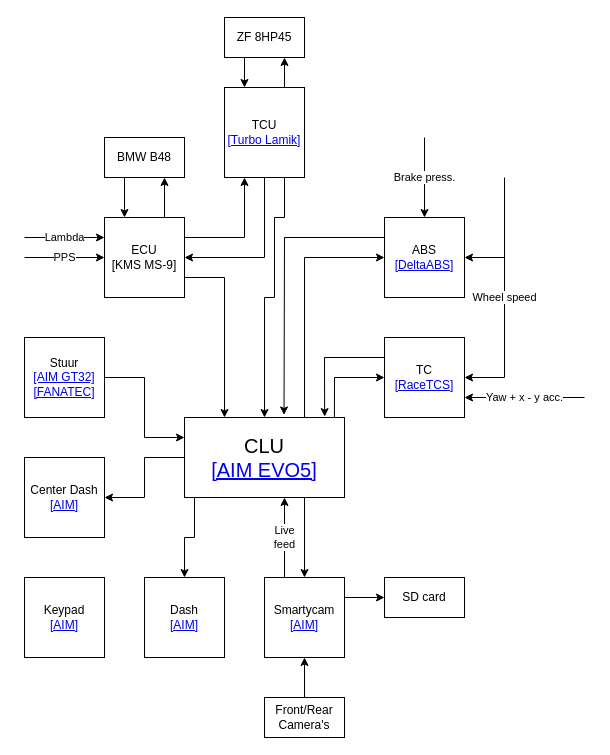
The draw.io diagram Docs/SystemsDiagram.drawio in FCVEER/SuperMX-5, before the edit. Source tidied: cells renumbered, new cells numbered last; positions are measured from the earlier drawing's top-left corner, leaving out a move shared by most shapes. Both pictures are drawn from the tidied source at 100%, with x=0, y=0 at pixel (24, 17).
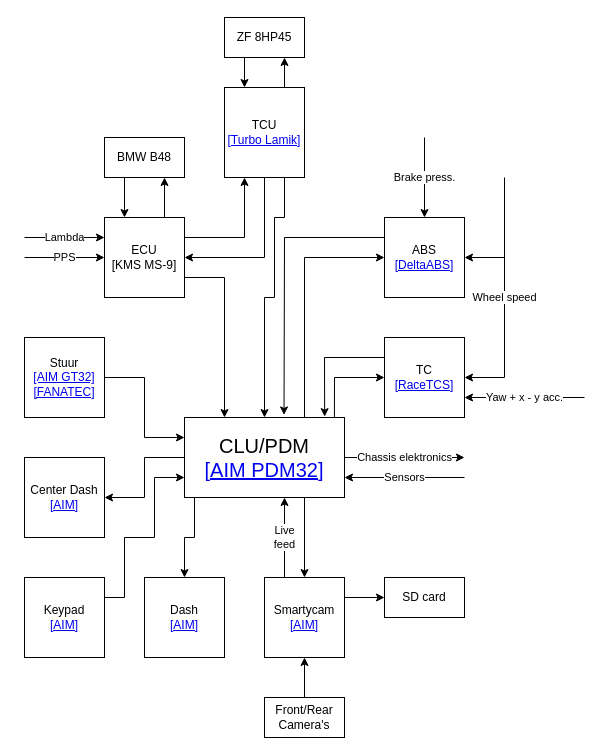
Above is the later version.

Unchanged cells that the change refers to:
```xml
<mxCell id="36" value="Keypad&lt;div&gt;&lt;a href=&quot;https://shop.albi-engineering.nl/product/aim-keypads-voor-pdm/&quot;&gt;[AIM]&lt;/a&gt;&lt;/div&gt;" style="rounded=0;whiteSpace=wrap;html=1;" parent="1" vertex="1">
  <mxGeometry y="560" width="80" height="80" as="geometry" />
</mxCell>
```

What changed in the source:
```diff
@@
-    <mxCell id="4" value="&lt;font style=&quot;font-size: 20px;&quot;&gt;CLU&lt;/font&gt;&lt;div&gt;&lt;span style=&quot;font-size: 20px;&quot;&gt;&lt;a href=&quot;https://shop.albi-engineering.nl/product/evo5-datalogger/&quot;&gt;[AIM EVO5]&lt;/a&gt;&lt;/span&gt;&lt;/div&gt;" style="rounded=0;whiteSpace=wrap;html=1;" parent="1" vertex="1">
+    <mxCell id="4" value="&lt;font style=&quot;font-size: 20px;&quot;&gt;CLU/PDM&lt;/font&gt;&lt;div&gt;&lt;span style=&quot;font-size: 20px;&quot;&gt;&lt;a href=&quot;https://shop.albi-engineering.nl/product/aim-pdm08-pdm32-module-only/&quot;&gt;[AIM PDM32]&lt;/a&gt;&lt;/span&gt;&lt;/div&gt;" style="rounded=0;whiteSpace=wrap;html=1;" parent="1" vertex="1">
       <mxGeometry x="160" y="400" width="160" height="80" as="geometry" />
     </mxCell>
@@
+    <mxCell id="41" value="Chassis elektronics" style="endArrow=classic;html=1;rounded=0;exitX=1;exitY=0.25;exitDx=0;exitDy=0;" parent="1" edge="1">
+      <mxGeometry relative="1" as="geometry">
+        <mxPoint x="320" y="440" as="sourcePoint" />
+        <mxPoint x="440" y="440" as="targetPoint" />
+      </mxGeometry>
+    </mxCell>
+    <mxCell id="42" value="Sensors" style="endArrow=classic;html=1;rounded=0;entryX=1;entryY=0.5;entryDx=0;entryDy=0;" parent="1" edge="1">
+      <mxGeometry relative="1" as="geometry">
+        <mxPoint x="440" y="460" as="sourcePoint" />
+        <mxPoint x="320" y="460" as="targetPoint" />
+      </mxGeometry>
+    </mxCell>
+    <mxCell id="43" style="endArrow=classic;html=1;rounded=0;exitX=1;exitY=0.25;exitDx=0;exitDy=0;entryX=0;entryY=0.75;entryDx=0;entryDy=0;" parent="1" edge="1" source="36" target="4">
+      <mxGeometry relative="1" as="geometry">
+        <Array as="points">
+          <mxPoint x="100" y="580" />
+          <mxPoint x="100" y="520" />
+          <mxPoint x="130" y="520" />
+          <mxPoint x="130" y="460" />
+        </Array>
+      </mxGeometry>
+    </mxCell>
```
